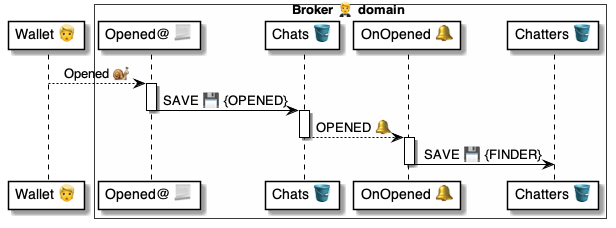
Before: 4 ⚙️ Solution/20 🧑‍🦰 UI/Brokers 🤵/🤵🪣 Broker tables/Chats 💬 table/🪣🔔 3 Opened/🤵 OnChatOpened ⚙️ uml.png, a diagram exported from PlantUML (pollyweb-org/pollyweb-docs). Its source is kept beside it as 4 ⚙️ Solution/20 🧑‍🦰 UI/Brokers 🤵/🤵🪣 Broker tables/Chats 💬 table/🪣🔔 3 Opened/🤵 OnChatOpened ⚙️ uml.puml. The source it was exported from:
```plantuml
@startuml OnChatOpened

participant "Wallet 👱" as wallet

box Broker 🤵 domain #FFFFFA
    participant "Opened@ 📃" as script
    participant "Chats 🪣" as chats
    participant "OnOpened 🔔" as handler
    participant "Chatters 🪣" as chatters
end box

wallet --> script: Opened 🐌

activate script
    script -> chats: SAVE 💾 {OPENED}
deactivate script

activate chats
    chats --> handler: OPENED 🔔
deactivate chats

activate handler
    handler -> chatters: SAVE 💾 {FINDER}
deactivate handler

@enduml
```
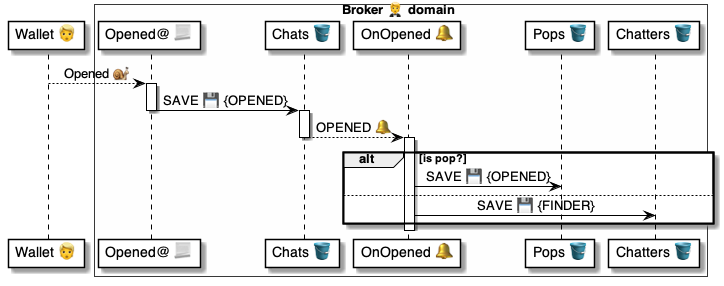
After the commit.

What changed in the source:
```diff
@@ -6,6 +6,7 @@
     participant "Opened@ 📃" as script
     participant "Chats 🪣" as chats
     participant "OnOpened 🔔" as handler
+    participant "Pops 🪣" as pops
     participant "Chatters 🪣" as chatters
 end box
 
@@ -20,7 +21,11 @@
 deactivate chats
 
 activate handler
-    handler -> chatters: SAVE 💾 {FINDER}
+    alt is pop?
+        handler -> pops: SAVE 💾 {OPENED}
+    else
+        handler -> chatters: SAVE 💾 {FINDER}
+    end
 deactivate handler
 
 @enduml
```
